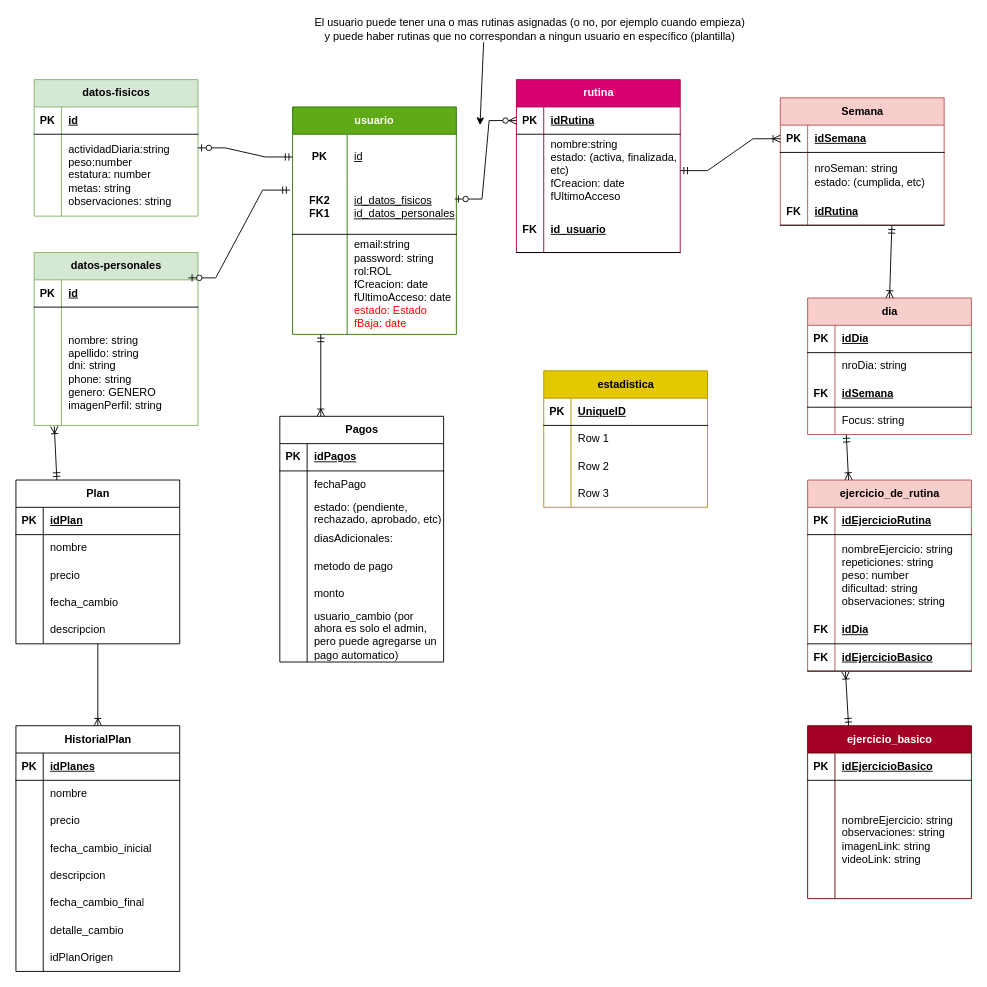
Before: DER_FTX.drawio in ruedaariel/FTX_back, a draw.io diagram. Source tidied: cells renumbered, new cells numbered last; positions are measured from the earlier drawing's top-left corner, leaving out a move shared by most shapes. Both pictures are drawn from the tidied source at 91%, with x=0, y=0 at pixel (15, 15).
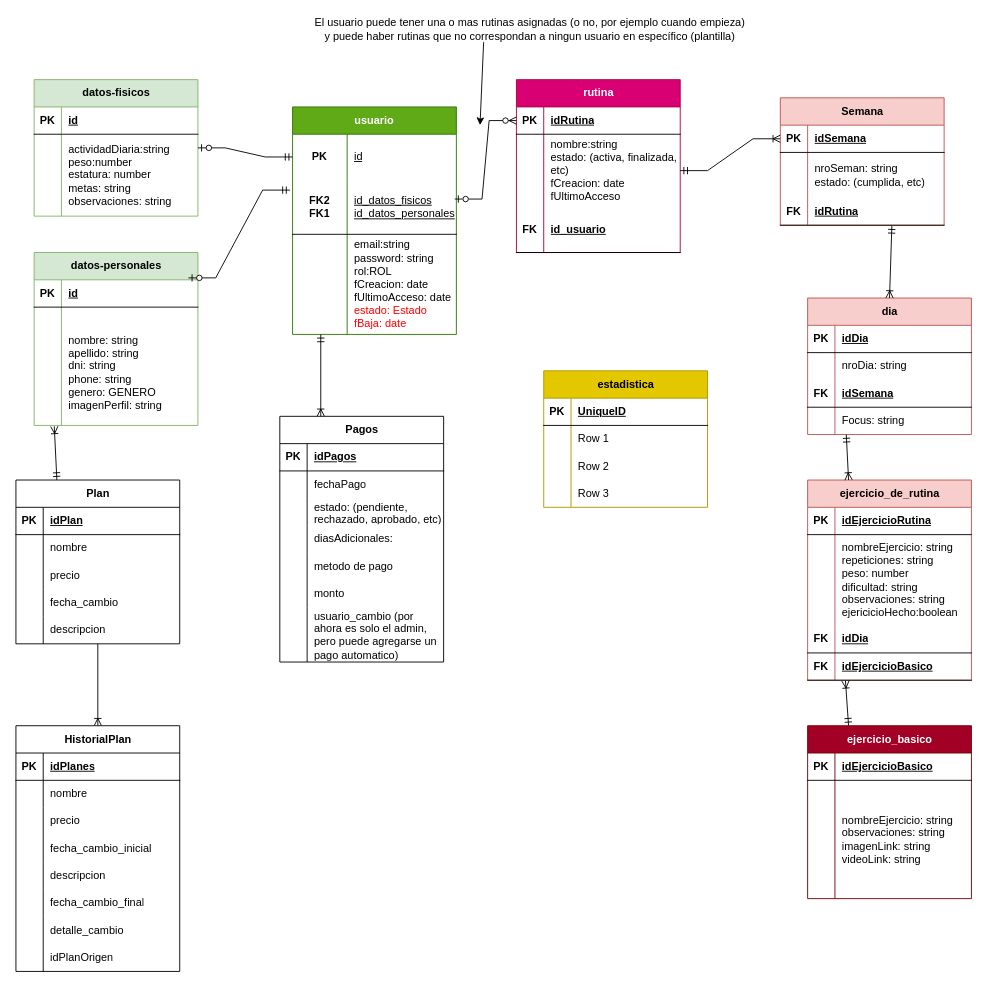
Above is the later version.

What changed in the source:
```diff
@@
     <mxCell id="62" value="ejercicio_de_rutina" style="shape=table;startSize=30;childLayout=tableLayout;rowLines=0;fontStyle=1;align=center;html=1;fillColor=#f8cecc;strokeColor=#b85450;" parent="1" vertex="1">
-      <mxGeometry x="870" y="510" width="180" height="210" as="geometry" />
+      <mxGeometry x="870" y="510" width="180" height="220" as="geometry" />
     </mxCell>
@@
     <mxCell id="66" style="shape=tableRow;horizontal=0;startSize=0;swimlaneHead=0;swimlaneBody=0;fillColor=none;top=0;left=0;right=0;bottom=0;" parent="62" vertex="1">
-      <mxGeometry y="60" width="180" height="90" as="geometry" />
+      <mxGeometry y="60" width="180" height="100" as="geometry" />
     </mxCell>
     <mxCell id="67" style="shape=partialRectangle;fillColor=none;top=0;left=0;bottom=0;right=0;overflow=hidden;whiteSpace=wrap;html=1;" parent="66" vertex="1">
-      <mxGeometry width="30" height="90" as="geometry" />
+      <mxGeometry width="30" height="100" as="geometry" />
     </mxCell>
-    <mxCell id="68" value="nombreEjercicio: string&lt;br&gt;repeticiones: string&lt;br&gt;peso: number&lt;br&gt;dificultad: string&lt;br&gt;observaciones: string" style="shape=partialRectangle;fillColor=none;top=0;left=0;bottom=0;right=0;align=left;spacingLeft=6;overflow=hidden;whiteSpace=wrap;html=1;" parent="66" vertex="1">
-      <mxGeometry x="30" width="150" height="90" as="geometry" />
+    <mxCell id="68" value="nombreEjercicio: string&lt;br&gt;repeticiones: string&lt;br&gt;peso: number&lt;br&gt;dificultad: string&lt;br&gt;observaciones: string&lt;div&gt;ejericicioHecho:boolean&lt;/div&gt;" style="shape=partialRectangle;fillColor=none;top=0;left=0;bottom=0;right=0;align=left;spacingLeft=6;overflow=hidden;whiteSpace=wrap;html=1;" parent="66" vertex="1">
+      <mxGeometry x="30" width="150" height="100" as="geometry" />
     </mxCell>
     <mxCell id="69" style="shape=tableRow;horizontal=0;startSize=0;swimlaneHead=0;swimlaneBody=0;fillColor=none;top=0;left=0;right=0;bottom=1;" parent="62" vertex="1">
-      <mxGeometry y="150" width="180" height="30" as="geometry" />
+      <mxGeometry y="160" width="180" height="30" as="geometry" />
     </mxCell>
@@
     <mxCell id="72" style="shape=tableRow;horizontal=0;startSize=0;swimlaneHead=0;swimlaneBody=0;fillColor=none;points=[[0,0.5],[1,0.5]];portConstraint=eastwest;top=0;left=0;right=0;bottom=1;" parent="62" vertex="1">
-      <mxGeometry y="180" width="180" height="30" as="geometry" />
+      <mxGeometry y="190" width="180" height="30" as="geometry" />
     </mxCell>
```
